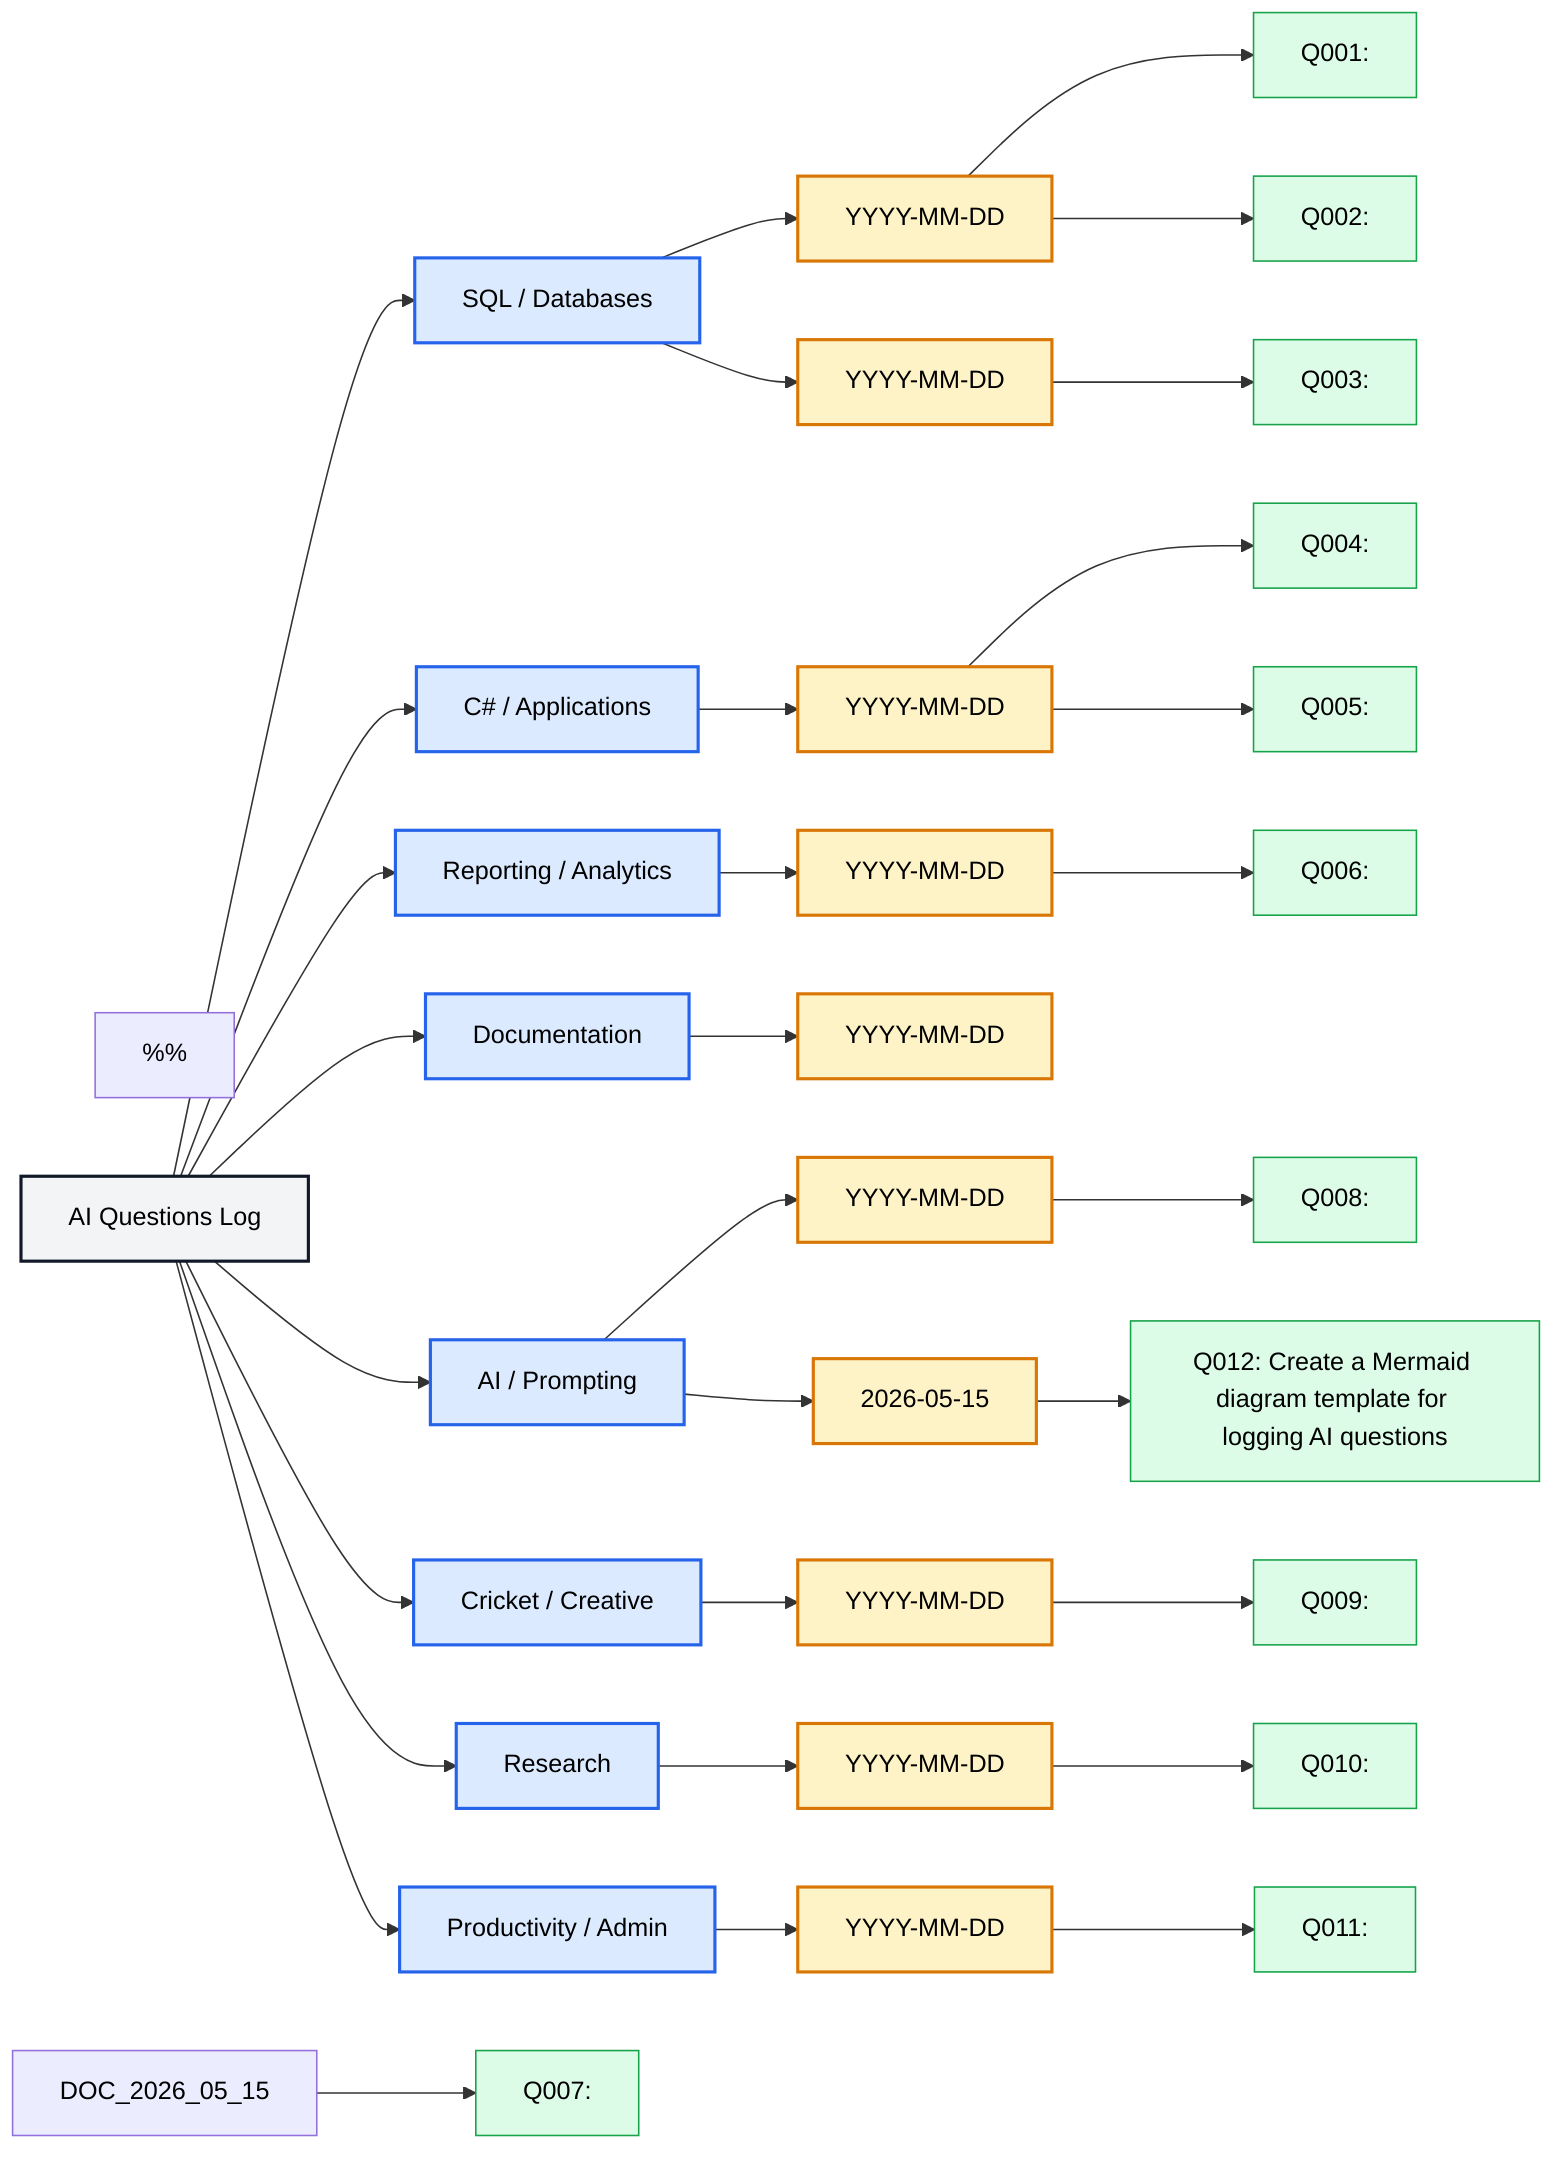
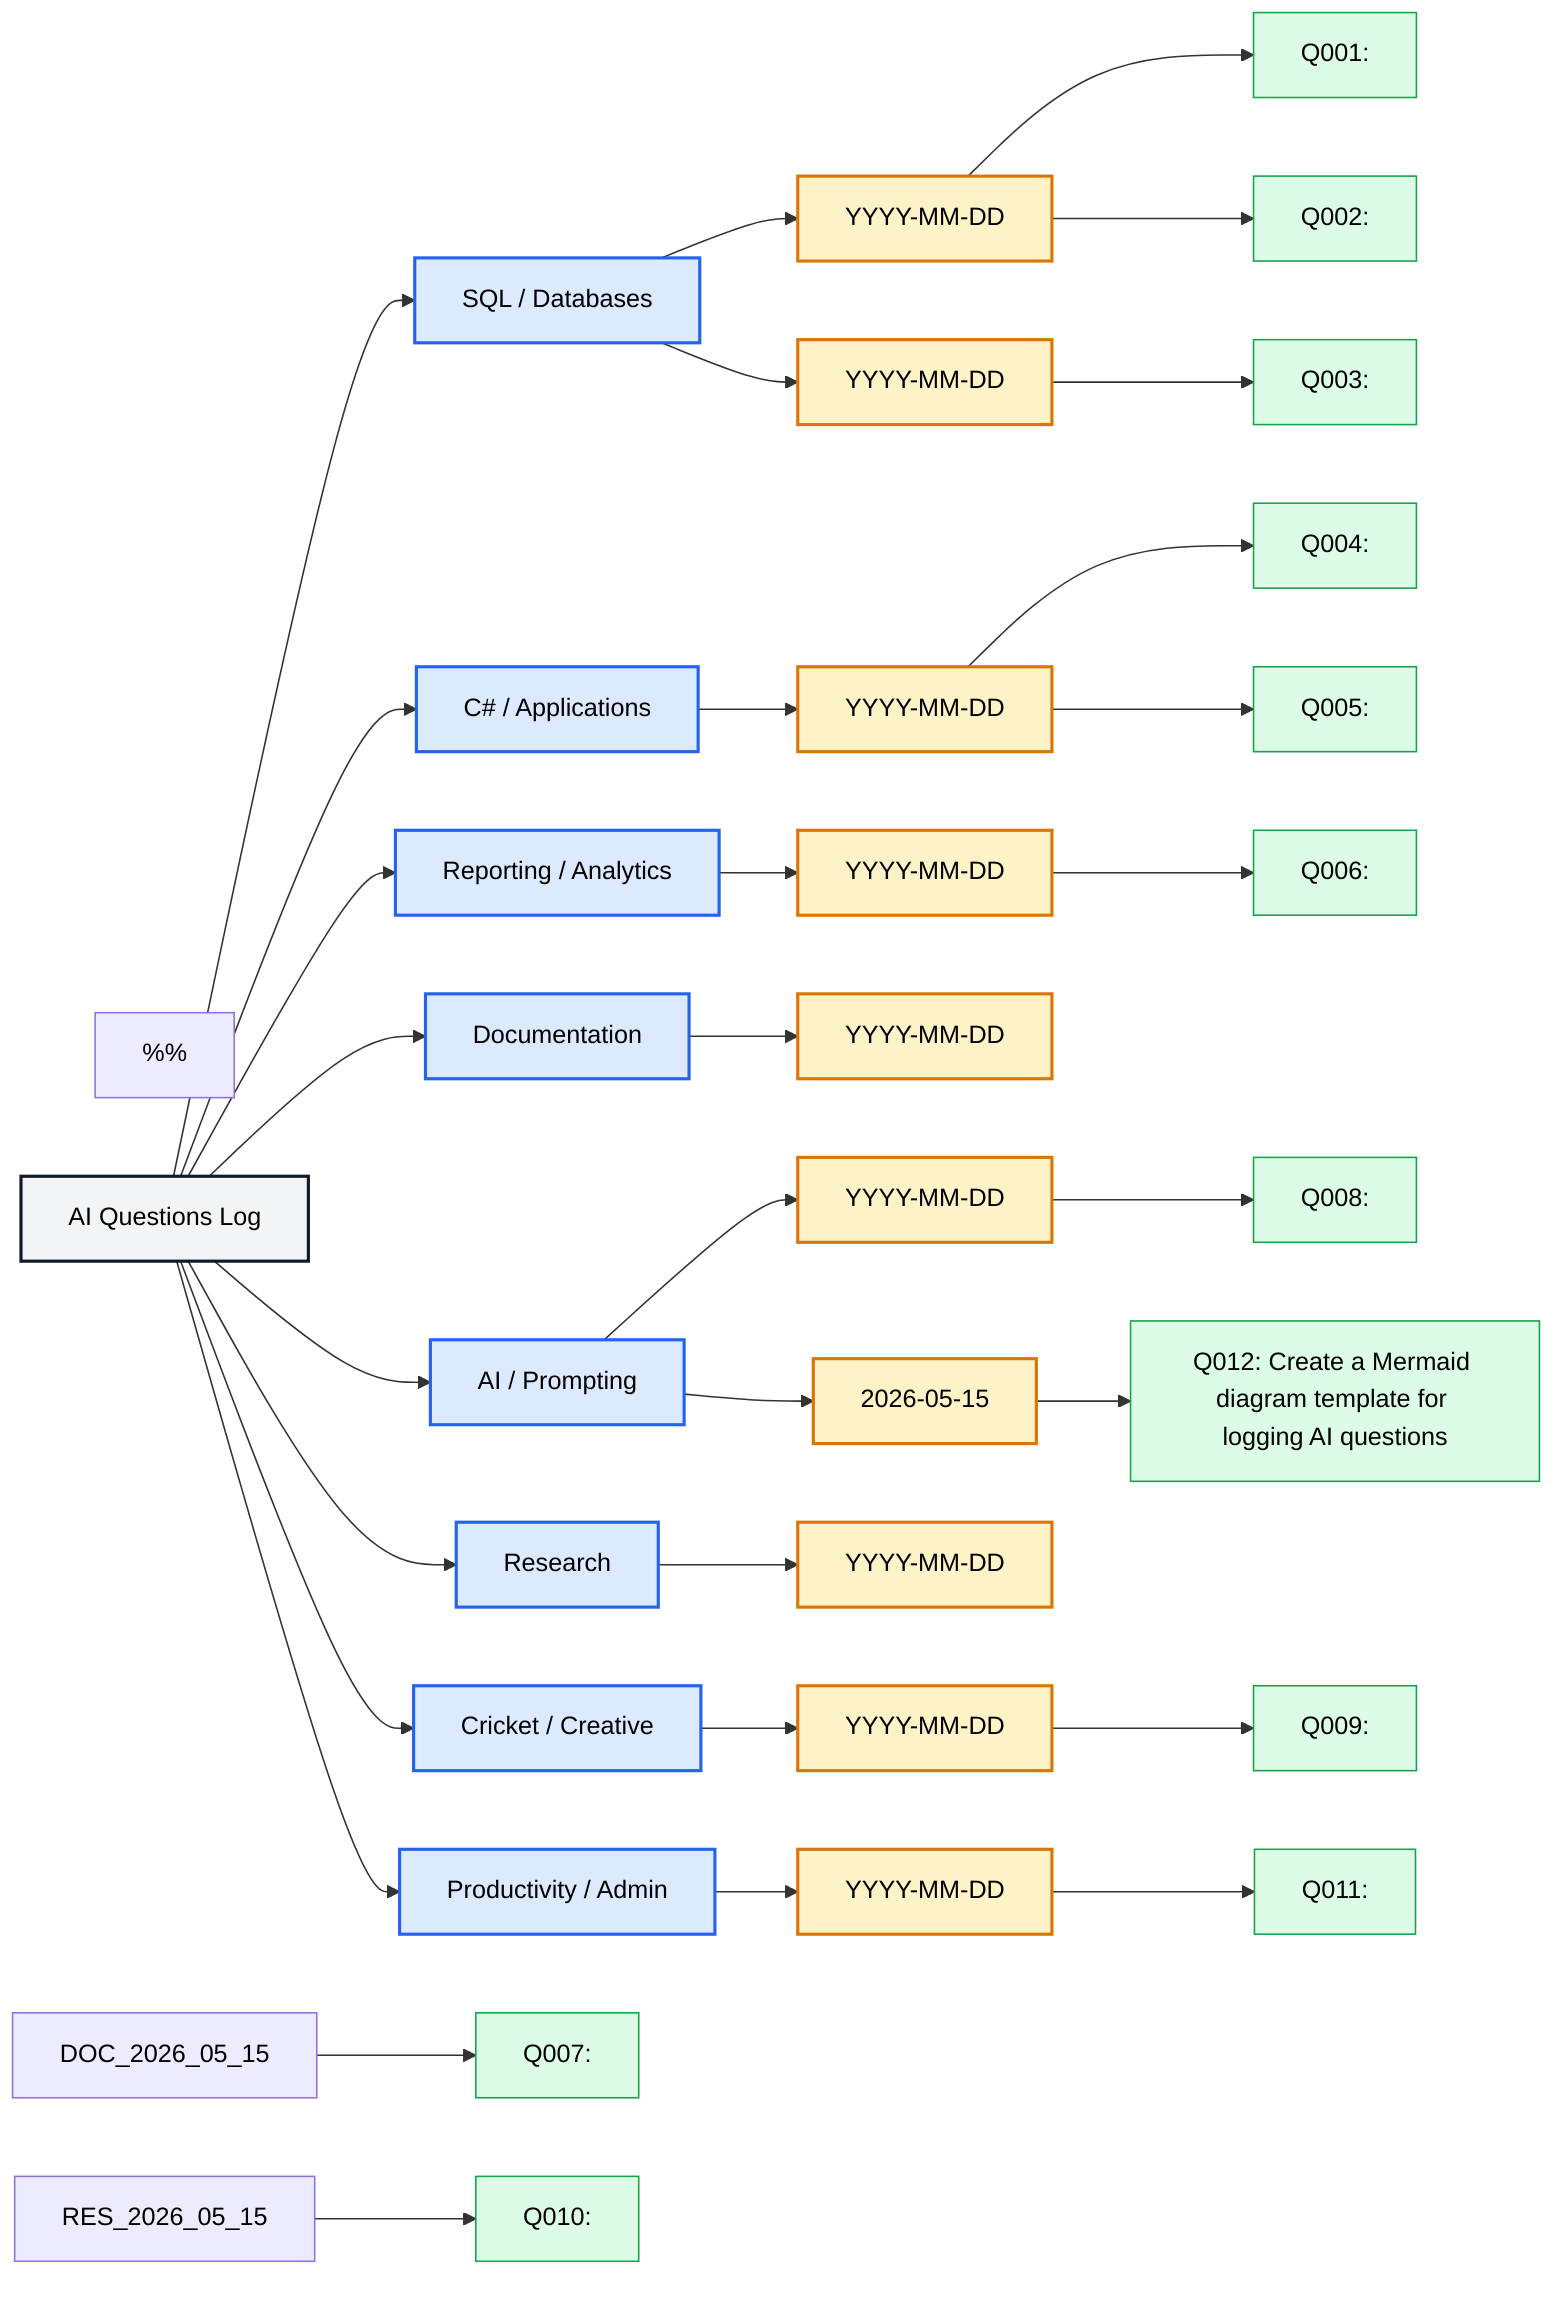
flowchart LR

    %% ============================================================
    %% AI Questions Log
    %% ============================================================
    %% Purpose:
    %% Visually record questions asked to AI assistants.
    %%
    %% Structure:
    %% Topic → Date → Questions
    %%
    %% How to use:
    %% 1. Add new topics under "Main Topics"
    %% 2. Add dates under the relevant topic
    %% 3. Add questions under the relevant date
    %% 4. Keep Q numbers unique across the whole diagram
    %% ============================================================


    %% ============================================================
    %% Root
    %% ============================================================

    Log[AI Questions Log]
    %% Main Topics
    %% ============================================================

    Log --> SQL[SQL / Databases]
    Log --> CSharp[C# / Applications]
    Log --> Reporting[Reporting / Analytics]
    Log --> Docs[Documentation]
    Log --> Prompting[AI / Prompting]
    Log --> Creative[Cricket / Creative]
    Log --> Research[Research]
    Log --> Admin[Productivity / Admin]


    %% ============================================================
    %% SQL / Databases
    %% ============================================================

    SQL --> SQL_YYYY_MM_DD[YYYY-MM-DD]
    SQL_YYYY_MM_DD --> SQL_Q001["Q001: <Question asked>"]
    SQL_YYYY_MM_DD --> SQL_Q002["Q002: <Question asked>"]

    SQL --> SQL_YYYY_MM_DD_2[YYYY-MM-DD]
    SQL_YYYY_MM_DD_2 --> SQL_Q003["Q003: <Question asked>"]


    %% ============================================================
    %% C# / Applications
    %% ============================================================

    CSharp --> CS_YYYY_MM_DD[YYYY-MM-DD]
    CS_YYYY_MM_DD --> CS_Q004["Q004: <Question asked>"]
    CS_YYYY_MM_DD --> CS_Q005["Q005: <Question asked>"]


    %% ============================================================
    %% Reporting / Analytics
    %% ============================================================

    Reporting --> REP_YYYY_MM_DD[YYYY-MM-DD]
    REP_YYYY_MM_DD --> REP_Q006["Q006: <Question asked>"]


    %% ============================================================
    %% Documentation
    %% ============================================================

    Docs --> DOC_YYYY_MM_DD[YYYY-MM-DD]
    DOC_2026_05_15 --> DOC_Q007["Q007: <Create Mermaid Diagram I can Use to Documnet AI Agent Questions>"]


    %% ============================================================
    %% AI / Prompting
    %% ============================================================

    Prompting --> AI_YYYY_MM_DD[YYYY-MM-DD]
    AI_YYYY_MM_DD --> AI_Q008["Q008: <Question asked>"]


    %% ============================================================
    %% Cricket / Creative
    %% ============================================================

    Creative --> CRE_YYYY_MM_DD[YYYY-MM-DD]
    CRE_YYYY_MM_DD --> CRE_Q009["Q009: <Question asked>"]


    %% ============================================================
    %% Research
    %% ============================================================

    Research --> RES_YYYY_MM_DD[YYYY-MM-DD]
-     RES_YYYY_MM_DD --> RES_Q010["Q010: <What is ITIL?>"]
+     RES_2026_05_15 --> RES_Q010["Q010: <What is ITIL?>"]


    %% ============================================================
    %% Productivity / Admin
    %% ============================================================

    Admin --> ADM_YYYY_MM_DD[YYYY-MM-DD]
    ADM_YYYY_MM_DD --> ADM_Q011["Q011: <Question asked>"]


    %% ============================================================
    %% Current Example Entry
    %% You can delete this section if you want the template fully blank
    %% ============================================================

    Prompting --> AI_2026_05_15[2026-05-15]
    AI_2026_05_15 --> AI_Q012["Q012: Create a Mermaid diagram template for logging AI questions"]


    %% ============================================================
    %% Styling
    %% ============================================================

    classDef root fill:#f3f4f6,stroke:#111827,stroke-width:2px,color:#000;
    classDef topic fill:#dbeafe,stroke:#2563eb,stroke-width:2px,color:#000;
    classDef date fill:#fef3c7,stroke:#d97706,stroke-width:2px,color:#000;
    classDef question fill:#dcfce7,stroke:#16a34a,stroke-width:1px,color:#000;


    %% ============================================================
    %% Apply Styling
    %% ============================================================

    class Log root;

    class SQL,CSharp,Reporting,Docs,Prompting,Creative,Research,Admin topic;

    class SQL_YYYY_MM_DD,SQL_YYYY_MM_DD_2,CS_YYYY_MM_DD,REP_YYYY_MM_DD,DOC_YYYY_MM_DD,AI_YYYY_MM_DD,CRE_YYYY_MM_DD,RES_YYYY_MM_DD,ADM_YYYY_MM_DD,AI_2026_05_15 date;

    class SQL_Q001,SQL_Q002,SQL_Q003,CS_Q004,CS_Q005,REP_Q006,DOC_Q007,AI_Q008,CRE_Q009,RES_Q010,ADM_Q011,AI_Q012 question;
